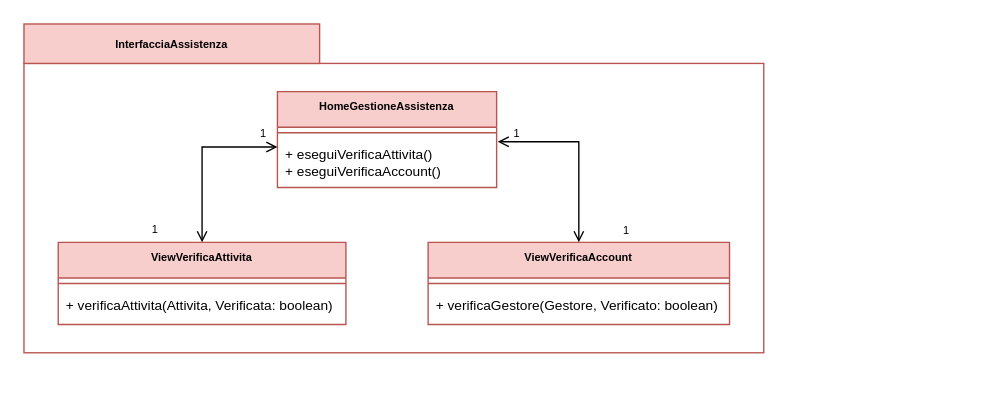
The draw.io diagram page "Assistenza" (1 of 3) of progettazione/dettaglio/dettaglioView.drawio in Marco-Burattoni/Progetto-ids, before the edit. Source tidied: cells renumbered, new cells numbered last; positions are measured from the earlier drawing's top-left corner, leaving out a move shared by most shapes. Both pictures are drawn from the tidied source at 137%, with x=0, y=0 at pixel (23, 23).
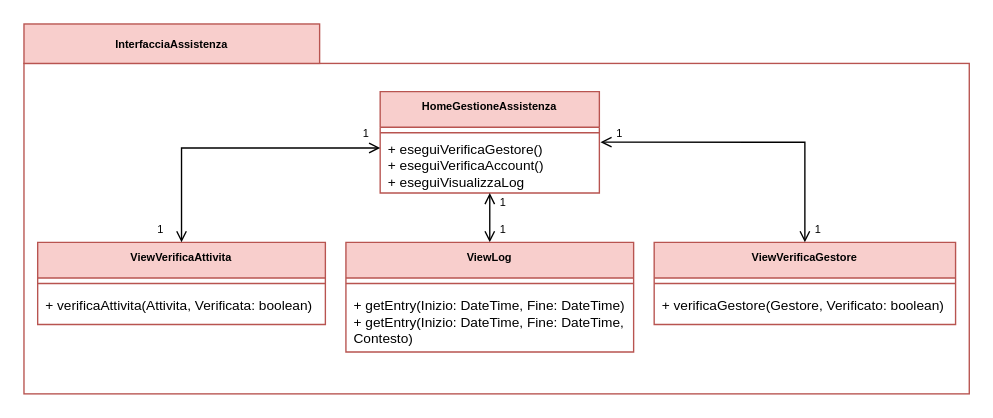
The same diagram, later.

What changed in the source:
```diff
@@
     <mxCell id="2" style="rounded=0;whiteSpace=wrap;html=1;shadow=0;sketch=0;fillStyle=auto;strokeColor=#B85450;fillColor=#FFFFFF;gradientColor=none;" parent="1" vertex="1">
-      <mxGeometry y="28.8" width="540" height="211.2" as="geometry" />
+      <mxGeometry y="28.8" width="690" height="241.2" as="geometry" />
     </mxCell>
@@
     <mxCell id="4" style="group;" parent="1" vertex="1">
-      <mxGeometry x="25" y="49.4" width="490" height="170" as="geometry" />
+      <mxGeometry x="100" y="49.4" width="490" height="190" as="geometry" />
     </mxCell>
     <mxCell id="5" value="HomeGestioneAssistenza" style="swimlane;fontStyle=1;align=center;verticalAlign=top;horizontal=1;startSize=26;fillColor=#F8CECC;strokeColor=#B85450;fontSize=8;" parent="4" vertex="1">
-      <mxGeometry x="160" width="160" height="70" as="geometry" />
+      <mxGeometry x="160" width="160" height="74" as="geometry" />
     </mxCell>
@@
-    <mxCell id="7" value="+ eseguiVerificaAttivita()&#10;+ eseguiVerificaAccount()" style="text;strokeColor=none;fillColor=none;align=left;verticalAlign=middle;spacingLeft=4;spacingRight=4;overflow=hidden;points=[[0,0.5],[1,0.5]];portConstraint=eastwest;fontSize=10;" parent="5" vertex="1">
-      <mxGeometry y="34" width="160" height="36" as="geometry" />
+    <mxCell id="7" value="+ eseguiVerificaGestore()&#10;+ eseguiVerificaAccount()&#10;+ eseguiVisualizzaLog" style="text;strokeColor=none;fillColor=none;align=left;verticalAlign=middle;spacingLeft=4;spacingRight=4;overflow=hidden;points=[[0,0.5],[1,0.5]];portConstraint=eastwest;fontSize=10;" parent="5" vertex="1">
+      <mxGeometry y="34" width="160" height="40" as="geometry" />
     </mxCell>
     <mxCell id="8" value="ViewVerificaAttivita" style="swimlane;fontStyle=1;align=center;verticalAlign=top;horizontal=1;startSize=26;fillColor=#F8CECC;strokeColor=#B85450;fontSize=8;" parent="4" vertex="1">
-      <mxGeometry y="110" width="210" height="60" as="geometry" />
+      <mxGeometry x="-90" y="110" width="210" height="60" as="geometry" />
     </mxCell>
@@
-    <mxCell id="11" value="ViewVerificaAccount" style="swimlane;fontStyle=1;align=center;verticalAlign=top;horizontal=1;startSize=26;fillColor=#F8CECC;strokeColor=#B85450;fontSize=8;" parent="4" vertex="1">
-      <mxGeometry x="270" y="110" width="220" height="60" as="geometry" />
+    <mxCell id="11" value="ViewVerificaGestore" style="swimlane;fontStyle=1;align=center;verticalAlign=top;horizontal=1;startSize=26;fillColor=#F8CECC;strokeColor=#B85450;fontSize=8;" parent="4" vertex="1">
+      <mxGeometry x="360" y="110" width="220" height="60" as="geometry" />
     </mxCell>
@@
     <mxCell id="18" value="&lt;font style=&quot;font-size: 8px;&quot;&gt;1&lt;/font&gt;" style="text;html=1;strokeColor=none;fillColor=none;align=center;verticalAlign=middle;whiteSpace=wrap;rounded=0;fontSize=10;" parent="4" vertex="1">
-      <mxGeometry x="61" y="90" width="20" height="20" as="geometry" />
+      <mxGeometry x="-10" y="90" width="20" height="20" as="geometry" />
     </mxCell>
-    <mxCell id="19" value="&lt;font style=&quot;font-size: 8px;&quot;&gt;1&lt;/font&gt;" style="text;html=1;strokeColor=none;fillColor=none;align=center;verticalAlign=middle;whiteSpace=wrap;rounded=0;fontSize=10;" parent="1" vertex="1">
-      <mxGeometry x="430" y="140" width="20" height="20" as="geometry" />
+    <mxCell id="19" value="&lt;font style=&quot;font-size: 8px;&quot;&gt;1&lt;/font&gt;" style="text;html=1;strokeColor=none;fillColor=none;align=center;verticalAlign=middle;whiteSpace=wrap;rounded=0;fontSize=10;" parent="4" vertex="1">
+      <mxGeometry x="470" y="90" width="20" height="20" as="geometry" />
     </mxCell>
+    <mxCell id="20" style="rounded=0;jettySize=auto;html=1;endArrow=open;endFill=0;startArrow=open;startFill=0;entryX=0.5;entryY=1;entryDx=0;entryDy=0;" parent="4" edge="1" source="21" target="5">
+      <mxGeometry relative="1" as="geometry" />
+    </mxCell>
+    <mxCell id="21" value="ViewLog" style="swimlane;fontStyle=1;align=center;verticalAlign=top;horizontal=1;startSize=26;fillColor=#F8CECC;strokeColor=#B85450;fontSize=8;" parent="4" vertex="1">
+      <mxGeometry x="135" y="110" width="210" height="80" as="geometry" />
+    </mxCell>
+    <mxCell id="22" style="line;strokeWidth=1;fillColor=none;align=left;verticalAlign=middle;spacingTop=-1;spacingLeft=3;spacingRight=3;labelPosition=right;strokeColor=inherit;" parent="21" vertex="1">
+      <mxGeometry y="26" width="210" height="8" as="geometry" />
+    </mxCell>
+    <mxCell id="23" value="+ getEntry(Inizio: DateTime, Fine: DateTime)&#10;+ getEntry(Inizio: DateTime, Fine: DateTime, &#10;Contesto)" style="text;strokeColor=none;fillColor=none;align=left;verticalAlign=top;spacingLeft=4;spacingRight=4;overflow=hidden;fontSize=10;" parent="21" vertex="1">
+      <mxGeometry y="34" width="210" height="46" as="geometry" />
+    </mxCell>
+    <mxCell id="24" value="&lt;font style=&quot;font-size: 8px;&quot;&gt;1&lt;/font&gt;" style="text;html=1;strokeColor=none;fillColor=none;align=center;verticalAlign=middle;whiteSpace=wrap;rounded=0;fontSize=10;" parent="4" vertex="1">
+      <mxGeometry x="240" y="70" width="20" height="20" as="geometry" />
+    </mxCell>
+    <mxCell id="25" value="&lt;font style=&quot;font-size: 8px;&quot;&gt;1&lt;/font&gt;" style="text;html=1;strokeColor=none;fillColor=none;align=center;verticalAlign=middle;whiteSpace=wrap;rounded=0;fontSize=10;" parent="4" vertex="1">
+      <mxGeometry x="240" y="90" width="20" height="20" as="geometry" />
+    </mxCell>
```
